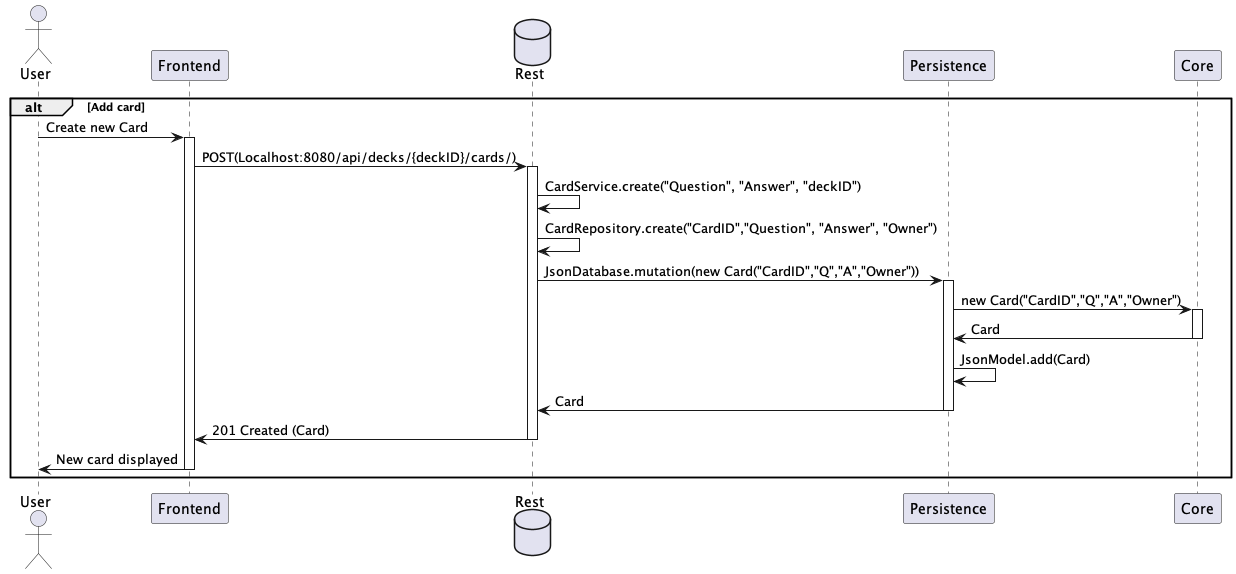
Before: docs/release3/sequence.png, a diagram exported from PlantUML (junlarsen/it1901). Its diagram source:
```plantuml
@startuml

actor       User        as user
participant Frontend    as frontend
database    Rest        as rest
participant Persistence as persistence
participant Core        as core

alt Add card
user -> frontend ++ : Create new Card
frontend -> rest ++ : POST(Localhost:8080/api/decks/{deckID}/cards/)
rest -> rest : CardService.create("Question", "Answer", "deckID")
rest -> rest : CardRepository.create("CardID","Question", "Answer", "Owner")

rest -> persistence ++ : JsonDatabase.mutation(new Card("CardID","Q","A","Owner"))
persistence -> core ++ : new Card("CardID","Q","A","Owner")
core -> persistence -- : Card
persistence -> persistence : JsonModel.add(Card)
persistence -> rest  -- : Card
rest -> frontend -- : 201 Created (Card)
frontend -> user --: New card displayed
end




@enduml
```
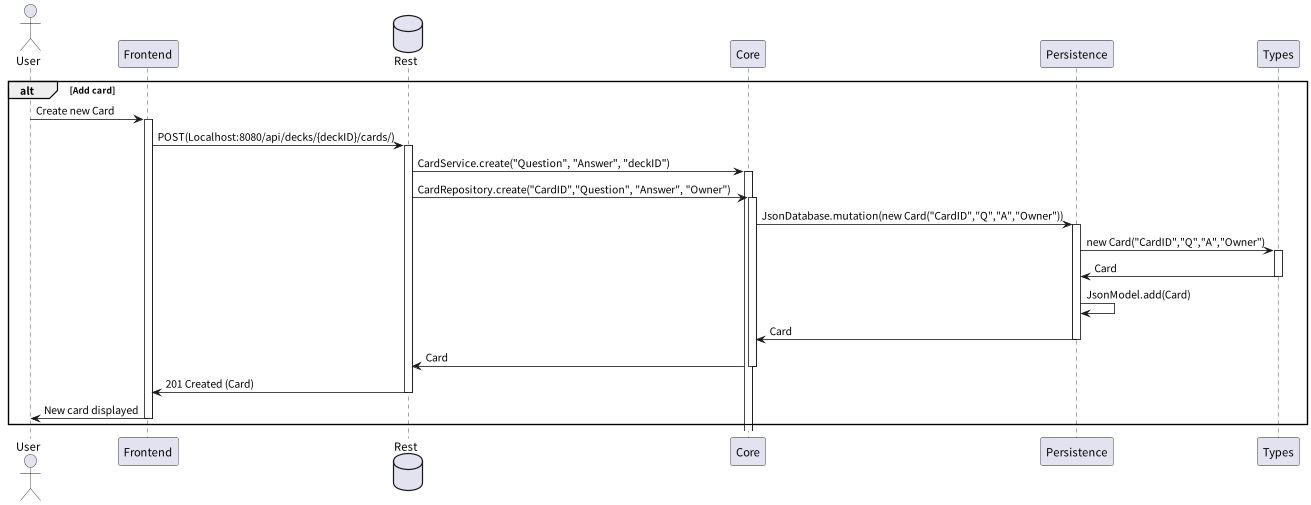
The same diagram one commit later.

Diff of the diagram source:
```diff
@@ -3,20 +3,22 @@
 actor       User        as user
 participant Frontend    as frontend
 database    Rest        as rest
+participant Core        as core
 participant Persistence as persistence
-participant Core        as core
+participant Types       as types
 
 alt Add card
 user -> frontend ++ : Create new Card
 frontend -> rest ++ : POST(Localhost:8080/api/decks/{deckID}/cards/)
-rest -> rest : CardService.create("Question", "Answer", "deckID")
-rest -> rest : CardRepository.create("CardID","Question", "Answer", "Owner")
+rest -> core ++ : CardService.create("Question", "Answer", "deckID")
+rest -> core ++ : CardRepository.create("CardID","Question", "Answer", "Owner")
+core -> persistence ++ : JsonDatabase.mutation(new Card("CardID","Q","A","Owner"))
+persistence -> types ++ : new Card("CardID","Q","A","Owner")
 
-rest -> persistence ++ : JsonDatabase.mutation(new Card("CardID","Q","A","Owner"))
-persistence -> core ++ : new Card("CardID","Q","A","Owner")
-core -> persistence -- : Card
+types -> persistence -- : Card
 persistence -> persistence : JsonModel.add(Card)
-persistence -> rest  -- : Card
+persistence -> core  -- : Card
+core -> rest -- : Card
 rest -> frontend -- : 201 Created (Card)
 frontend -> user --: New card displayed
 end
```
